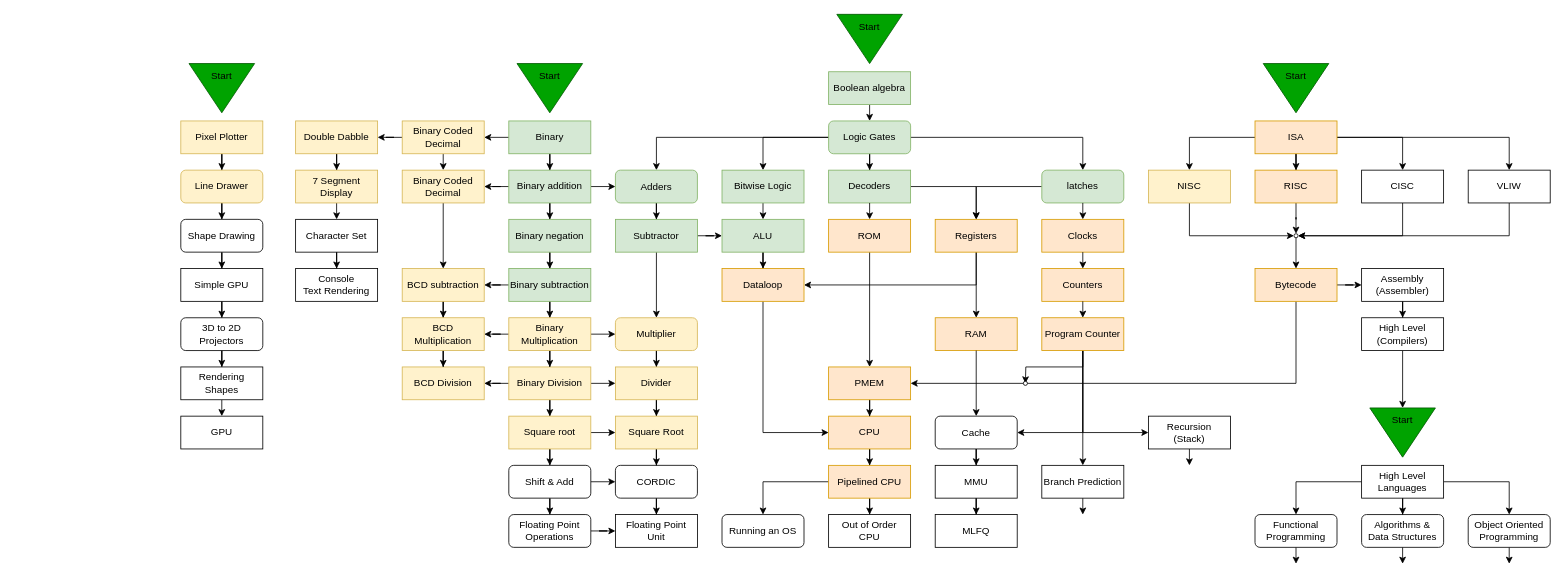
Above: page "Knowledge Map" (1 of 4) of Lesson Diagram.drawio in Kuggo/UnivOREsity (draw.io), before the change. Source tidied: cells renumbered, new cells numbered last; positions are measured from the earlier drawing's top-left corner, leaving out a move shared by most shapes. Both pictures are drawn from the tidied source at 82%, with x=0, y=0 at pixel (180, 6).
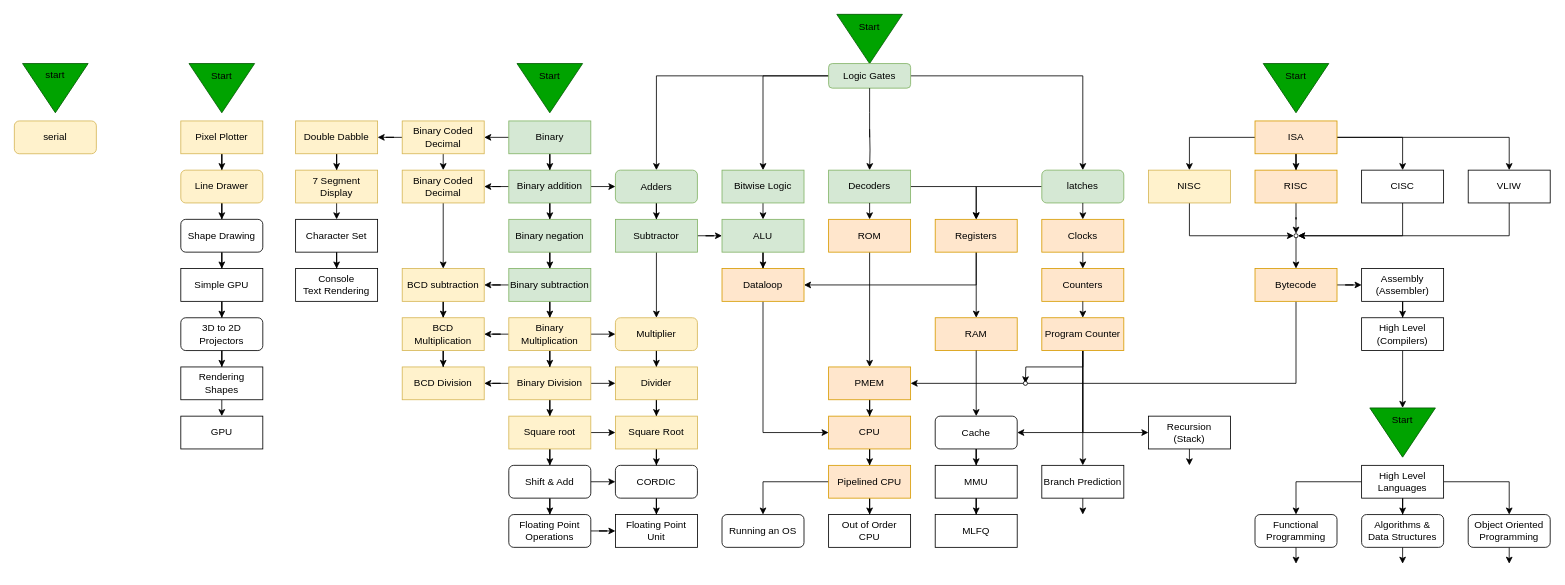
After the change.

Commit message (it also covers changes not shown here):
added serial and removed Boolean algebra because I think it fits in the same course as logic gates

Unchanged cells that the change refers to:
```xml
<mxCell id="26" value="Decoders" style="rounded=0;whiteSpace=wrap;html=1;fillColor=#d5e8d4;strokeColor=#82b366;" parent="1" vertex="1">
  <mxGeometry x="790" y="200" width="100" height="40" as="geometry" />
</mxCell>
```

Diff of the diagram source:
```diff
@@
-    <mxCell id="13" style="edgeStyle=orthogonalEdgeStyle;rounded=0;jettySize=auto;html=1;fontSize=14;" parent="1" edge="1" source="17" target="26">
-      <mxGeometry relative="1" as="geometry" />
+    <mxCell id="13" style="edgeStyle=orthogonalEdgeStyle;rounded=0;jettySize=auto;html=1;fontSize=14;startArrow=none;" parent="1" edge="1" target="26">
+      <mxGeometry relative="1" as="geometry">
+        <mxPoint x="840" y="150" as="sourcePoint" />
+      </mxGeometry>
     </mxCell>
@@
     <mxCell id="17" value="Logic Gates" style="rounded=1;whiteSpace=wrap;html=1;fillColor=#d5e8d4;strokeColor=#82b366;" parent="1" vertex="1">
-      <mxGeometry x="790" y="140" width="100" height="40" as="geometry" />
+      <mxGeometry x="790" y="70" width="100" height="30" as="geometry" />
     </mxCell>
@@
-    <mxCell id="28" style="edgeStyle=orthogonalEdgeStyle;rounded=0;jettySize=auto;html=1;exitX=0.5;exitY=1;exitDx=0;exitDy=0;entryX=0.5;entryY=0;entryDx=0;entryDy=0;" parent="1" edge="1" source="29" target="17">
-      <mxGeometry relative="1" as="geometry" />
-    </mxCell>
-    <mxCell id="29" value="Boolean algebra" style="rounded=0;whiteSpace=wrap;html=1;fillColor=#d5e8d4;strokeColor=#82b366;" parent="1" vertex="1">
-      <mxGeometry x="790" y="80" width="100" height="40" as="geometry" />
-    </mxCell>
@@
+    <mxCell id="171" style="edgeStyle=orthogonalEdgeStyle;rounded=0;jettySize=auto;html=1;fontSize=14;endArrow=none;" parent="1" edge="1" source="17">
+      <mxGeometry relative="1" as="geometry">
+        <mxPoint x="840" y="160" as="targetPoint" />
+      </mxGeometry>
+    </mxCell>
+    <mxCell id="172" value="&lt;font color=&quot;#000000&quot;&gt;start&lt;/font&gt;" style="triangle;whiteSpace=wrap;html=1;rotation=90;fillColor=#00A300;strokeColor=#005700;fontColor=#ffffff;direction=east;align=center;horizontal=0;verticalAlign=top;" parent="1" vertex="1">
+      <mxGeometry x="-183" y="60" width="60" height="80" as="geometry" />
+    </mxCell>
+    <mxCell id="173" value="serial" style="rounded=1;whiteSpace=wrap;html=1;fillColor=#fff2cc;strokeColor=#d6b656;" parent="1" vertex="1">
+      <mxGeometry x="-203" y="140" width="100" height="40" as="geometry" />
+    </mxCell>
```
